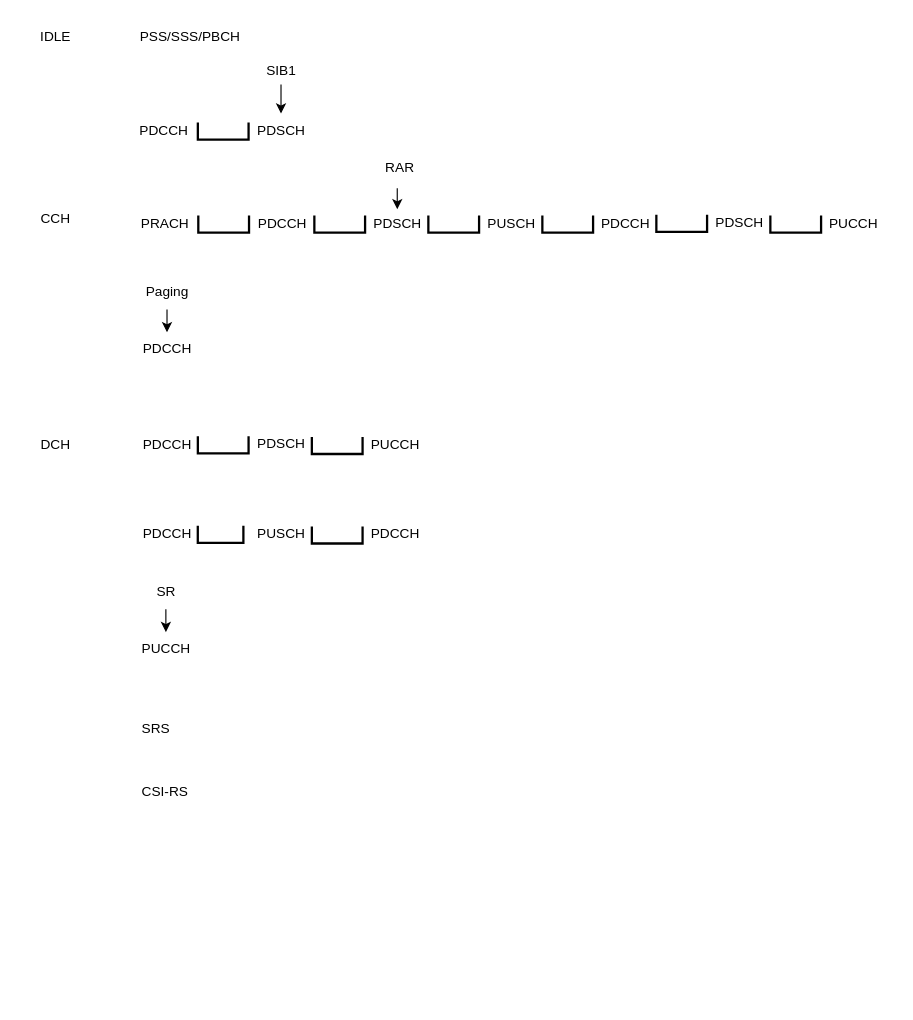
Before: page "物理信道的使用模式" (8 of 15) of 1.drawio in wubobupt/drawio, a draw.io diagram. Source tidied: cells renumbered, new cells numbered last; positions are measured from the earlier drawing's top-left corner, leaving out a move shared by most shapes. Both pictures are drawn from the tidied source at 114%, with x=0, y=0 at pixel (26, 19).
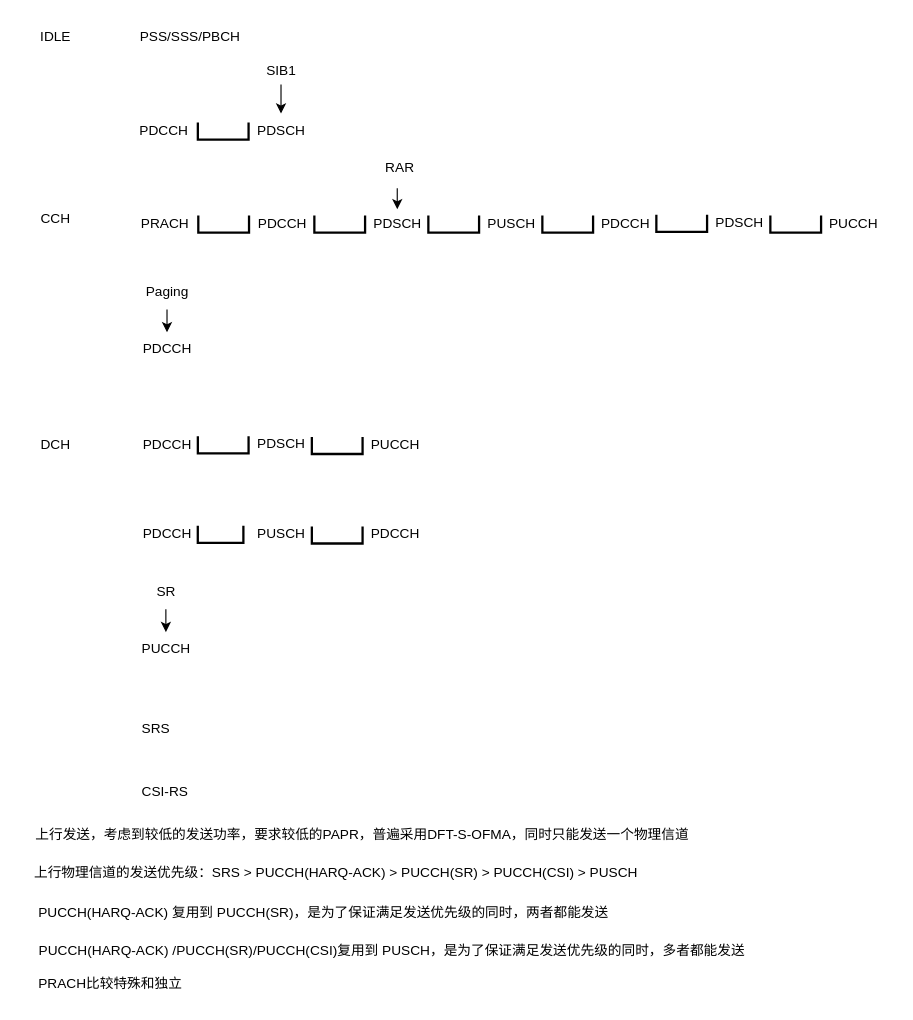
Above is the later version.

Change to the diagram source:
```diff
@@
+    <mxCell id="44" value="上行物理信道的发送优先级：&lt;span style=&quot;background-color: initial;&quot;&gt;SRS &amp;gt; PUCCH(HARQ-ACK) &amp;gt; PUCCH(SR) &amp;gt; PUCCH(CSI) &amp;gt; PUSCH&lt;/span&gt;" style="text;html=1;align=center;verticalAlign=middle;strokeColor=none;fillColor=none;" parent="1" vertex="1">
+      <mxGeometry x="-4" y="733" width="550" height="30" as="geometry" />
+    </mxCell>
+    <mxCell id="45" value="PUCCH(HARQ-ACK) 复用到 PUCCH(SR)，是为了保证满足发送优先级的同时，两者都能发送" style="text;html=1;align=center;verticalAlign=middle;strokeColor=none;fillColor=none;" parent="1" vertex="1">
+      <mxGeometry y="768" width="520" height="30" as="geometry" />
+    </mxCell>
+    <mxCell id="46" value="PUCCH(HARQ-ACK) /PUCCH(SR)/PUCCH(CSI)复用到 PUSCH，是为了保证满足发送优先级的同时，多者都能发送" style="text;html=1;align=center;verticalAlign=middle;strokeColor=none;fillColor=none;" parent="1" vertex="1">
+      <mxGeometry y="802" width="640" height="30" as="geometry" />
+    </mxCell>
+    <mxCell id="47" value="上行发送，考虑到较低的发送功率，要求较低的PAPR，普遍采用DFT-S-OFMA，同时只能发送一个物理信道" style="text;html=1;align=center;verticalAlign=middle;strokeColor=none;fillColor=none;" parent="1" vertex="1">
+      <mxGeometry x="-6" y="700" width="600" height="30" as="geometry" />
+    </mxCell>
+    <mxCell id="48" value="PRACH比较特殊和独立" style="text;html=1;align=center;verticalAlign=middle;strokeColor=none;fillColor=none;" parent="1" vertex="1">
+      <mxGeometry x="-2" y="831" width="150" height="30" as="geometry" />
+    </mxCell>
```
